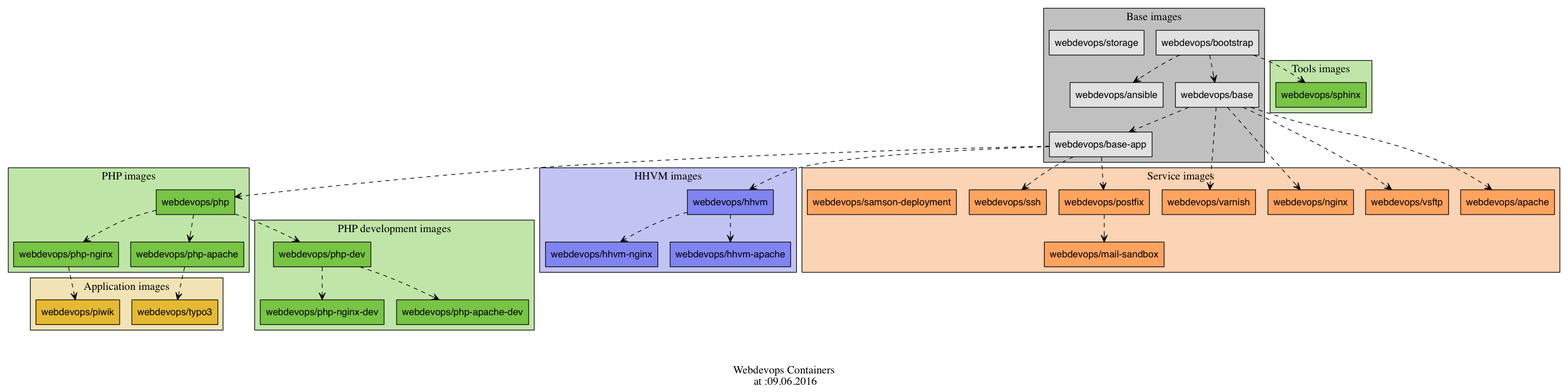
This is documentation/docs/resources/images/docker-image-layout.gv.png from webdevops/Dockerfile, a Graphviz export, as it was before one commit. Its source is kept beside it as documentation/docs/resources/images/docker-image-layout.gv.
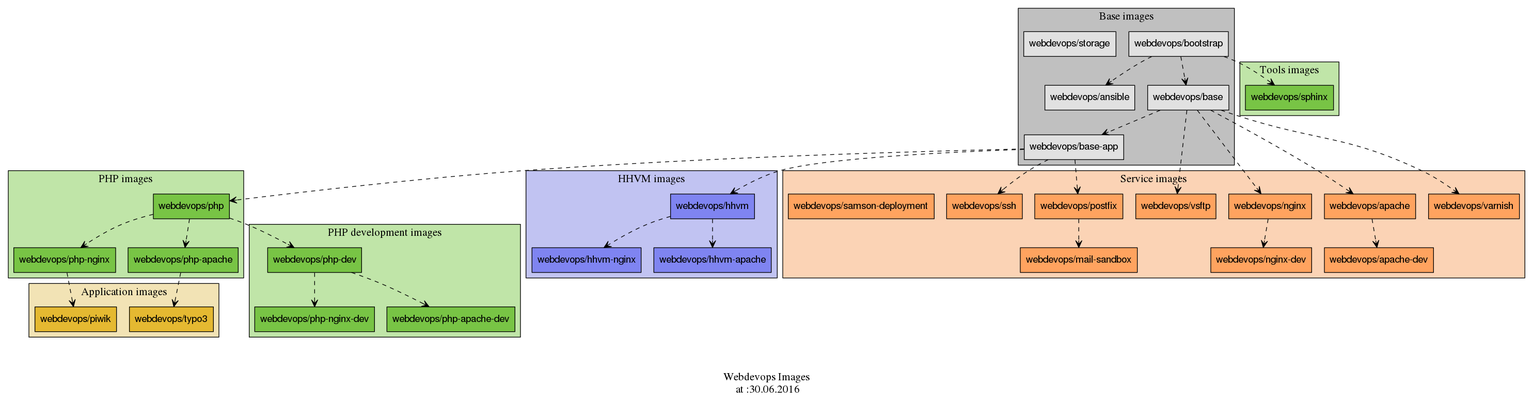
After the commit.

Commit message:
:ambulance: Fix docker graph

Add apache-dev and nginx-dev to the "Service images" group

What changed in the source:
```diff
@@ -2,7 +2,7 @@
 	graph [bgcolor=white fontcolor=black fontsize=16 rankdir=TP]
 	node [color=white fillcolor="#E1E1E1" fontcolor=black fontname=Helvetica shape=box style=filled]
 	edge [arrowhead=open color=black fontcolor=white fontname=Courier fontsize=12 style=dashed]
-	label = "\n\nWebdevops Containers\n at :09.06.2016"
+	label = "\n\nWebdevops Images\n at :30.06.2016"
 		subgraph cluster_php {
 			graph [fillcolor="#c0e5a8" style=filled]
 			node [color=black fillcolor="#78c445" fontcolor=black fontname=Helvetica shape=box style=filled]
@@ -17,11 +17,13 @@
 			label = "Service images"
 				"webdevops/varnish"
 				"webdevops/nginx"
+					"webdevops/nginx" -> "webdevops/nginx-dev"
 				"webdevops/ssh"
 					"webdevops/postfix" -> "webdevops/mail-sandbox"
+				"webdevops/apache"
 				"webdevops/vsftp"
-				"webdevops/apache"
 				"webdevops/samson-deployment"
+					"webdevops/apache" -> "webdevops/apache-dev"
 				"webdevops/postfix"
 		}
 		subgraph cluster_application {
@@ -45,9 +47,9 @@
 			graph [fillcolor="#c1c3f2" style=filled]
 			node [color=black fillcolor="#7f84f1" fontcolor=black fontname=Helvetica shape=box style=filled]
 			label = "HHVM images"
-				"webdevops/hhvm"
 					"webdevops/hhvm" -> "webdevops/hhvm-nginx"
 					"webdevops/hhvm" -> "webdevops/hhvm-apache"
+				"webdevops/hhvm"
 		}
 		subgraph cluster_tools {
 			graph [fillcolor="#c0e5a8" style=filled]
@@ -67,9 +69,9 @@
 			"webdevops/php-apache" -> "webdevops/typo3"
 			"webdevops/base-app" -> "webdevops/ssh"
 			"webdevops/base-app" -> "webdevops/postfix"
+			"webdevops/base" -> "webdevops/vsftp"
+			"webdevops/base" -> "webdevops/nginx"
 			"webdevops/base" -> "webdevops/apache"
-			"webdevops/base" -> "webdevops/nginx"
-			"webdevops/base" -> "webdevops/vsftp"
 			"webdevops/base-app" -> "webdevops/hhvm"
 			"webdevops/bootstrap" -> "webdevops/sphinx"
 			"webdevops/php-nginx" -> "webdevops/piwik"
```
